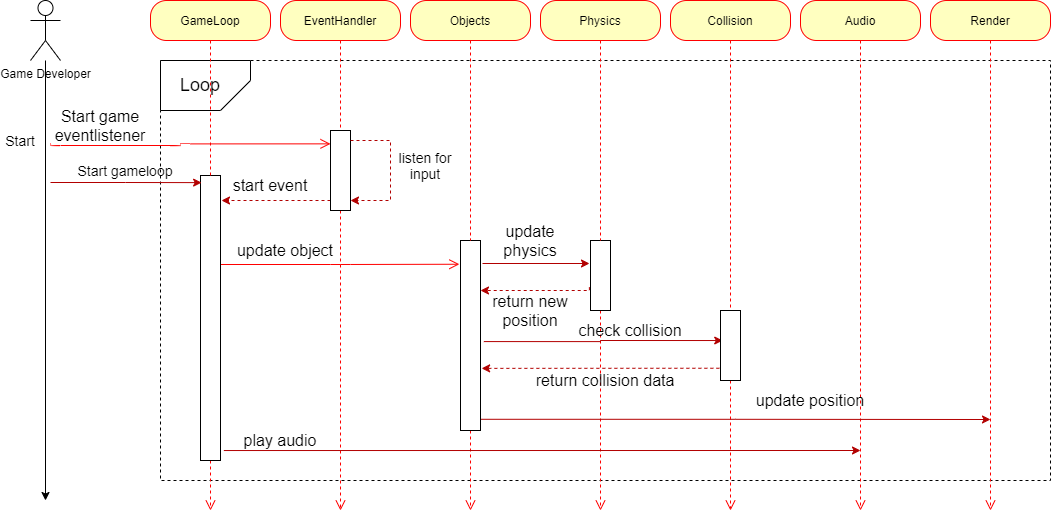
The draw.io diagram flappyengine/Diagrams/Sequence/Sequence.png in jogvanrs/flappybird2.0, before a commit. Source tidied: cells renumbered, new cells last; positions are measured from the earlier drawing's top-left corner, leaving out a move shared by most shapes.
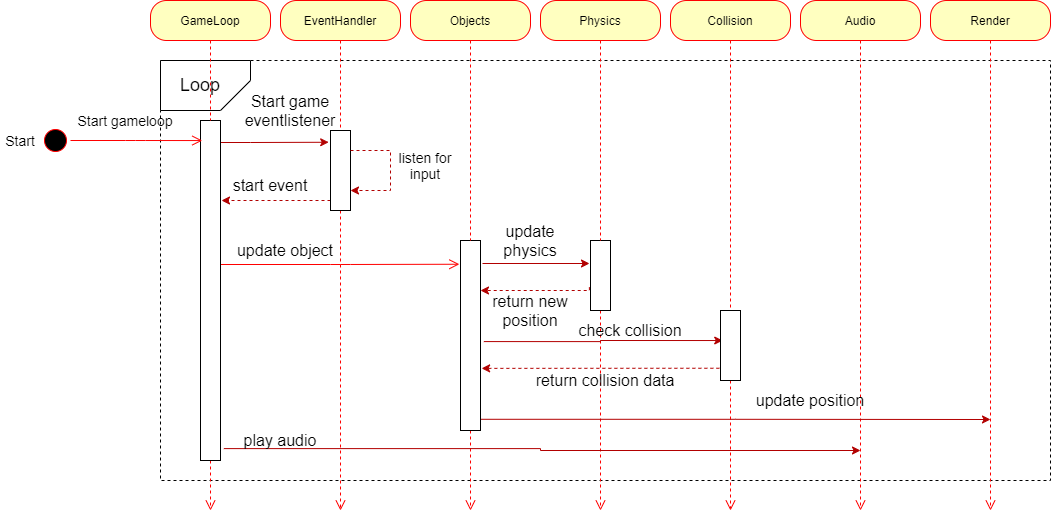
Later version of the same file.

Commit message:
actually fixed sequence diagram

Change to the diagram source:
```diff
@@ -70,26 +70,8 @@
     <mxCell id="19" value="&lt;font style=&quot;font-size: 14px&quot;&gt;Start&lt;/font&gt;" style="text;html=1;strokeColor=none;fillColor=none;align=center;verticalAlign=middle;whiteSpace=wrap;rounded=0;" parent="1" vertex="1">
       <mxGeometry y="130" width="40" height="20" as="geometry" />
     </mxCell>
-    <mxCell id="20" style="edgeStyle=orthogonalEdgeStyle;rounded=0;jettySize=auto;html=1;startArrow=none;startFill=0;endArrow=classic;endFill=1;" parent="1" edge="1" source="21">
-      <mxGeometry relative="1" as="geometry">
-        <mxPoint x="45" y="500" as="targetPoint" />
-      </mxGeometry>
-    </mxCell>
-    <mxCell id="21" value="Game Developer" style="shape=umlActor;verticalLabelPosition=bottom;verticalAlign=top;html=1;outlineConnect=0;" parent="1" vertex="1">
-      <mxGeometry x="30" width="30" height="60" as="geometry" />
-    </mxCell>
-    <mxCell id="22" style="edgeStyle=orthogonalEdgeStyle;html=1;verticalAlign=bottom;endArrow=open;endSize=8;strokeColor=#ff0000;entryX=0;entryY=0.167;entryDx=0;entryDy=0;entryPerimeter=0;" parent="1" edge="1" target="25">
-      <mxGeometry relative="1" as="geometry">
-        <mxPoint x="50" y="143" as="sourcePoint" />
-        <Array as="points">
-          <mxPoint x="50" y="145" />
-          <mxPoint x="180" y="145" />
-          <mxPoint x="180" y="143" />
-        </Array>
-      </mxGeometry>
-    </mxCell>
     <mxCell id="23" value="&lt;font size=&quot;3&quot;&gt;Start game eventlistener&lt;/font&gt;" style="text;html=1;strokeColor=none;fillColor=none;align=center;verticalAlign=middle;whiteSpace=wrap;rounded=0;" parent="1" vertex="1">
-      <mxGeometry x="60" y="115" width="80" height="20" as="geometry" />
+      <mxGeometry x="250" y="100" width="80" height="20" as="geometry" />
     </mxCell>
     <mxCell id="24" style="edgeStyle=orthogonalEdgeStyle;rounded=0;jettySize=auto;html=1;dashed=1;startArrow=none;startFill=0;endArrow=classic;endFill=1;exitX=0;exitY=0.875;exitDx=0;exitDy=0;exitPerimeter=0;fillColor=#e51400;strokeColor=#B20000;" parent="1" edge="1" source="25">
       <mxGeometry relative="1" as="geometry">
@@ -110,7 +92,7 @@
     <mxCell id="28" style="edgeStyle=orthogonalEdgeStyle;rounded=0;orthogonalLoop=1;jettySize=auto;html=1;endArrow=classic;endFill=1;dashed=1;fillColor=#e51400;strokeColor=#B20000;startArrow=none;startFill=0;" parent="1" edge="1" source="25" target="25">
       <mxGeometry relative="1" as="geometry">
         <Array as="points">
-          <mxPoint x="390" y="140" />
+          <mxPoint x="390" y="150" />
         </Array>
       </mxGeometry>
     </mxCell>
@@ -165,8 +147,16 @@
         <mxPoint x="860" y="450" as="targetPoint" />
       </mxGeometry>
     </mxCell>
+    <mxCell id="54" style="edgeStyle=orthogonalEdgeStyle;rounded=0;jettySize=auto;html=1;entryX=-0.09;entryY=0.147;entryDx=0;entryDy=0;entryPerimeter=0;fillColor=#e51400;strokeColor=#B20000;" parent="1" edge="1" source="41" target="25">
+      <mxGeometry relative="1" as="geometry">
+        <Array as="points">
+          <mxPoint x="250" y="142" />
+          <mxPoint x="250" y="142" />
+        </Array>
+      </mxGeometry>
+    </mxCell>
     <mxCell id="41" style="html=1;points=[];perimeter=orthogonalPerimeter;" parent="1" vertex="1">
-      <mxGeometry x="200" y="175" width="20" height="285" as="geometry" />
+      <mxGeometry x="200" y="120" width="20" height="340" as="geometry" />
     </mxCell>
     <mxCell id="42" style="edgeStyle=orthogonalEdgeStyle;html=1;verticalAlign=bottom;endArrow=none;endSize=8;strokeColor=#ff0000;dashed=1;endFill=0;" parent="1" edge="1" source="4" target="41">
       <mxGeometry relative="1" as="geometry" />
@@ -198,13 +188,14 @@
     <mxCell id="51" value="&lt;font size=&quot;3&quot;&gt;update position&lt;/font&gt;" style="text;html=1;strokeColor=none;fillColor=none;align=center;verticalAlign=middle;whiteSpace=wrap;rounded=0;" parent="1" vertex="1">
       <mxGeometry x="750" y="390" width="120" height="20" as="geometry" />
     </mxCell>
-    <mxCell id="52" style="edgeStyle=orthogonalEdgeStyle;rounded=0;jettySize=auto;html=1;entryX=0.056;entryY=0.025;entryDx=0;entryDy=0;entryPerimeter=0;startArrow=none;startFill=0;endArrow=classic;endFill=1;fillColor=#e51400;strokeColor=#B20000;" parent="1" edge="1" target="41">
-      <mxGeometry relative="1" as="geometry">
-        <mxPoint x="50" y="182" as="sourcePoint" />
-      </mxGeometry>
-    </mxCell>
     <mxCell id="53" value="&lt;font style=&quot;font-size: 14px&quot;&gt;Start gameloop&lt;/font&gt;" style="text;html=1;strokeColor=none;fillColor=none;align=center;verticalAlign=middle;whiteSpace=wrap;rounded=0;" parent="1" vertex="1">
-      <mxGeometry x="60" y="160" width="130" height="20" as="geometry" />
+      <mxGeometry x="60" y="110" width="130" height="20" as="geometry" />
     </mxCell>
+    <mxCell id="55" style="ellipse;html=1;shape=startState;fillColor=#000000;strokeColor=#ff0000;" parent="1" vertex="1">
+      <mxGeometry x="40" y="125" width="30" height="30" as="geometry" />
+    </mxCell>
+    <mxCell id="56" style="edgeStyle=orthogonalEdgeStyle;html=1;verticalAlign=bottom;endArrow=open;endSize=8;strokeColor=#ff0000;entryX=0.09;entryY=0.059;entryDx=0;entryDy=0;entryPerimeter=0;" parent="1" edge="1" source="55" target="41">
+      <mxGeometry relative="1" as="geometry" />
+    </mxCell>
   </root>
 </mxGraphModel>
```
